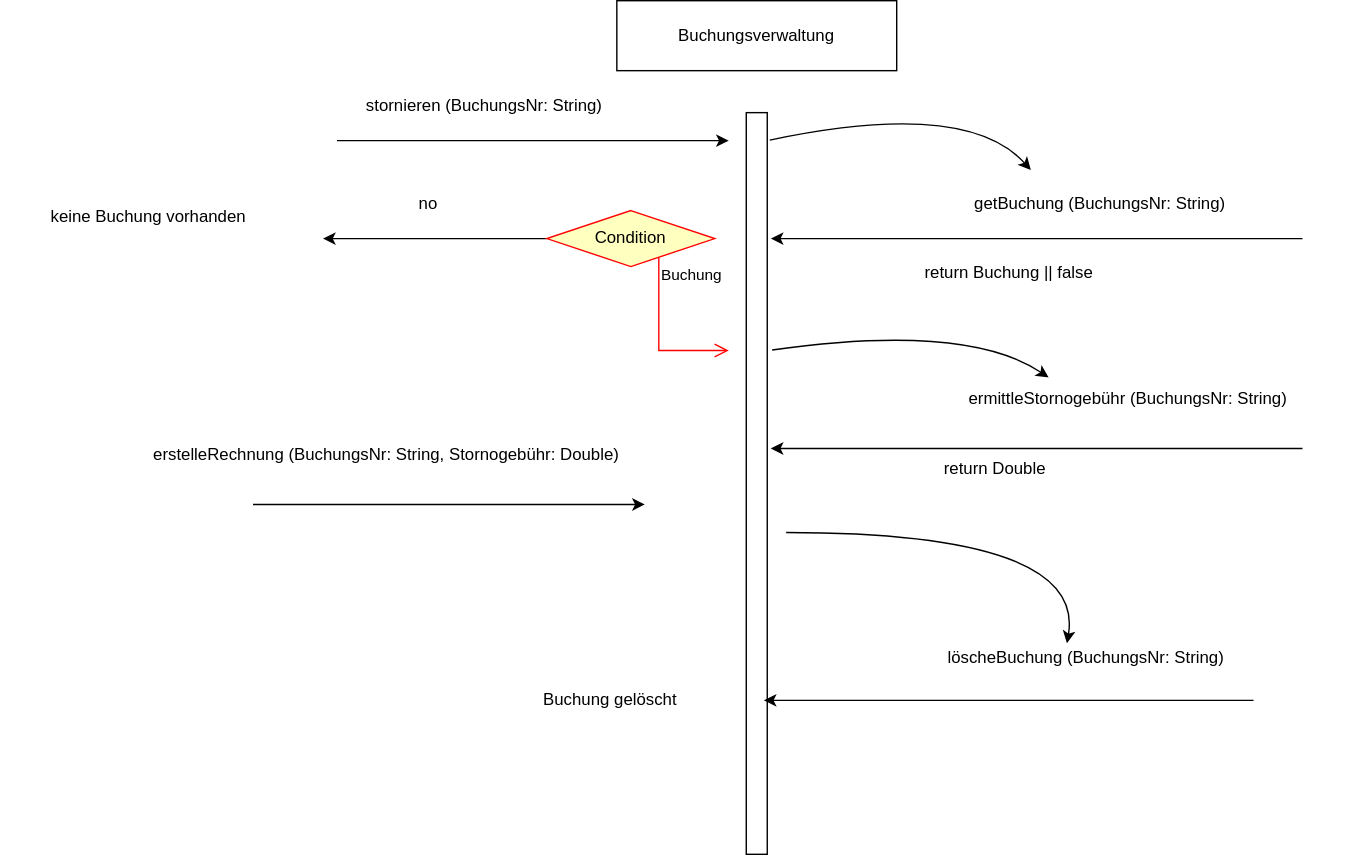
The draw.io diagram Buchungsverwaltung.drawio.svg in IngoGutwin/diagrams, before a commit. Source tidied: cells renumbered, new cells last; positions are measured from the earlier drawing's top-left corner, leaving out a move shared by most shapes.
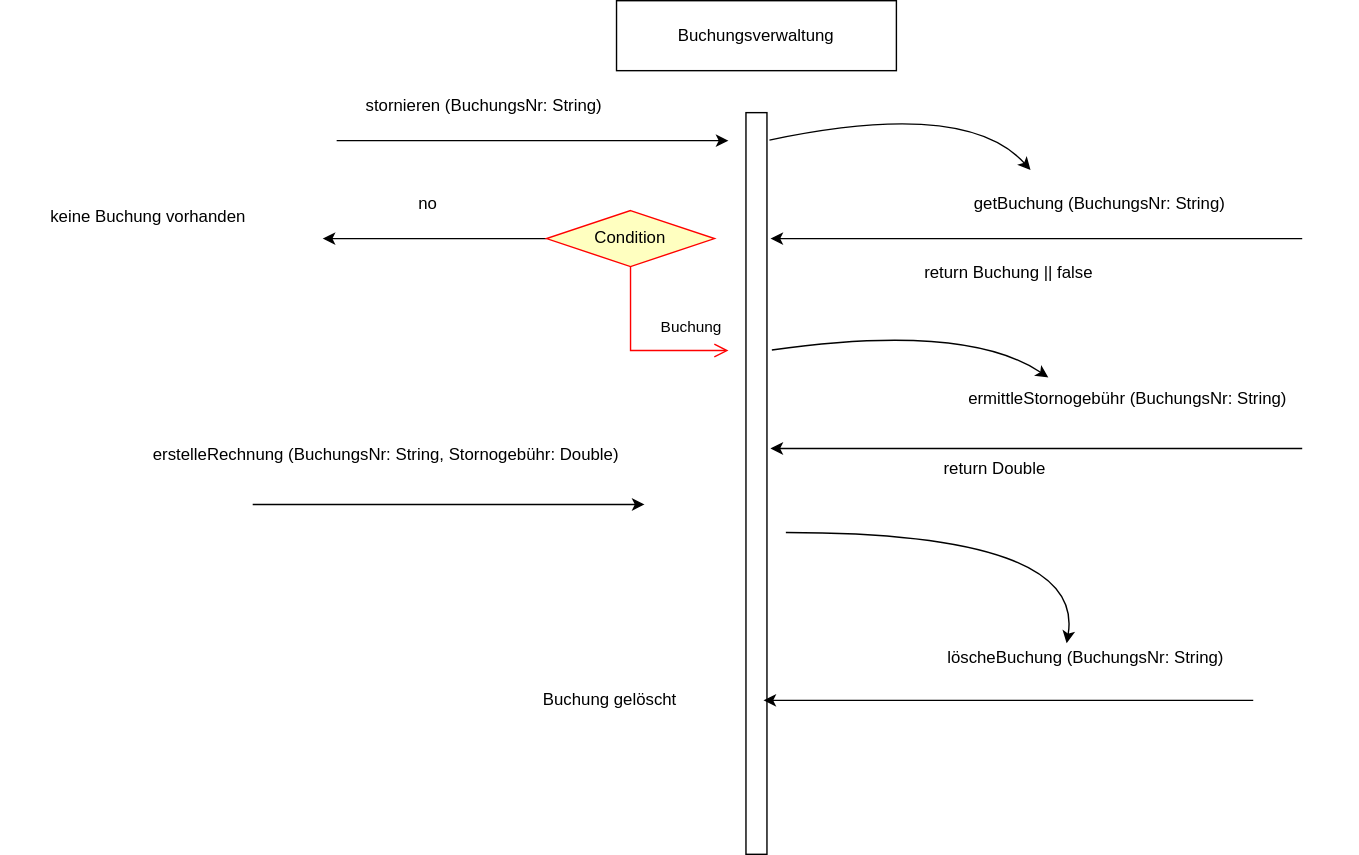
Later version of the same file.

Diff of the diagram source:
```diff
@@ -41,11 +41,11 @@
     <mxCell id="10" value="Condition" style="rhombus;whiteSpace=wrap;html=1;fontColor=#000000;fillColor=#ffffc0;strokeColor=#ff0000;" parent="1" vertex="1">
       <mxGeometry x="390" y="150" width="120" height="40" as="geometry" />
     </mxCell>
-    <mxCell id="11" value="Buchung" style="edgeStyle=orthogonalEdgeStyle;html=1;align=left;verticalAlign=top;endArrow=open;endSize=8;strokeColor=#ff0000;rounded=0;" parent="1" edge="1" source="10">
-      <mxGeometry x="-1" relative="1" as="geometry">
+    <mxCell id="11" value="Buchung" style="edgeStyle=orthogonalEdgeStyle;html=1;align=left;verticalAlign=top;endArrow=open;endSize=8;strokeColor=#ff0000;rounded=0;exitX=0.5;exitY=1;exitDx=0;exitDy=0;" parent="1" edge="1" source="10">
+      <mxGeometry x="-0.54" y="20" relative="1" as="geometry">
         <mxPoint x="520" y="250" as="targetPoint" />
         <Array as="points">
-          <mxPoint x="470" y="250" />
+          <mxPoint x="450" y="250" />
         </Array>
       </mxGeometry>
     </mxCell>
```
